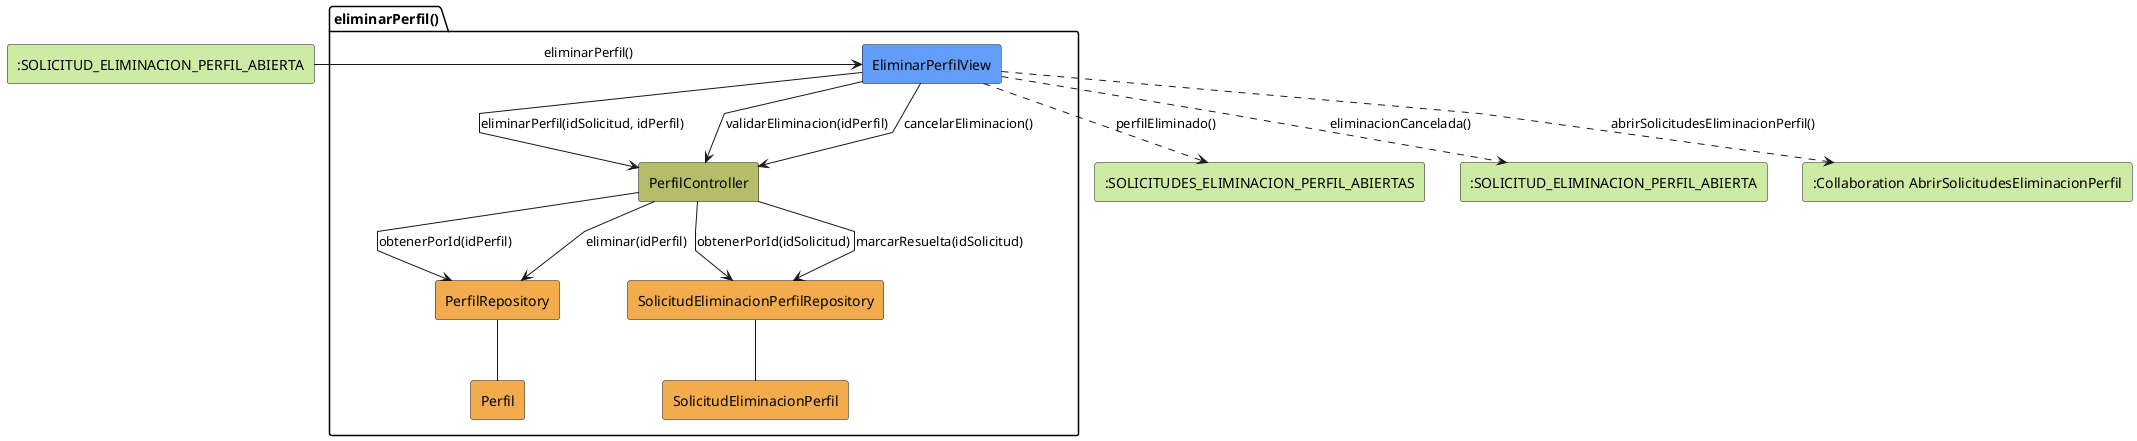
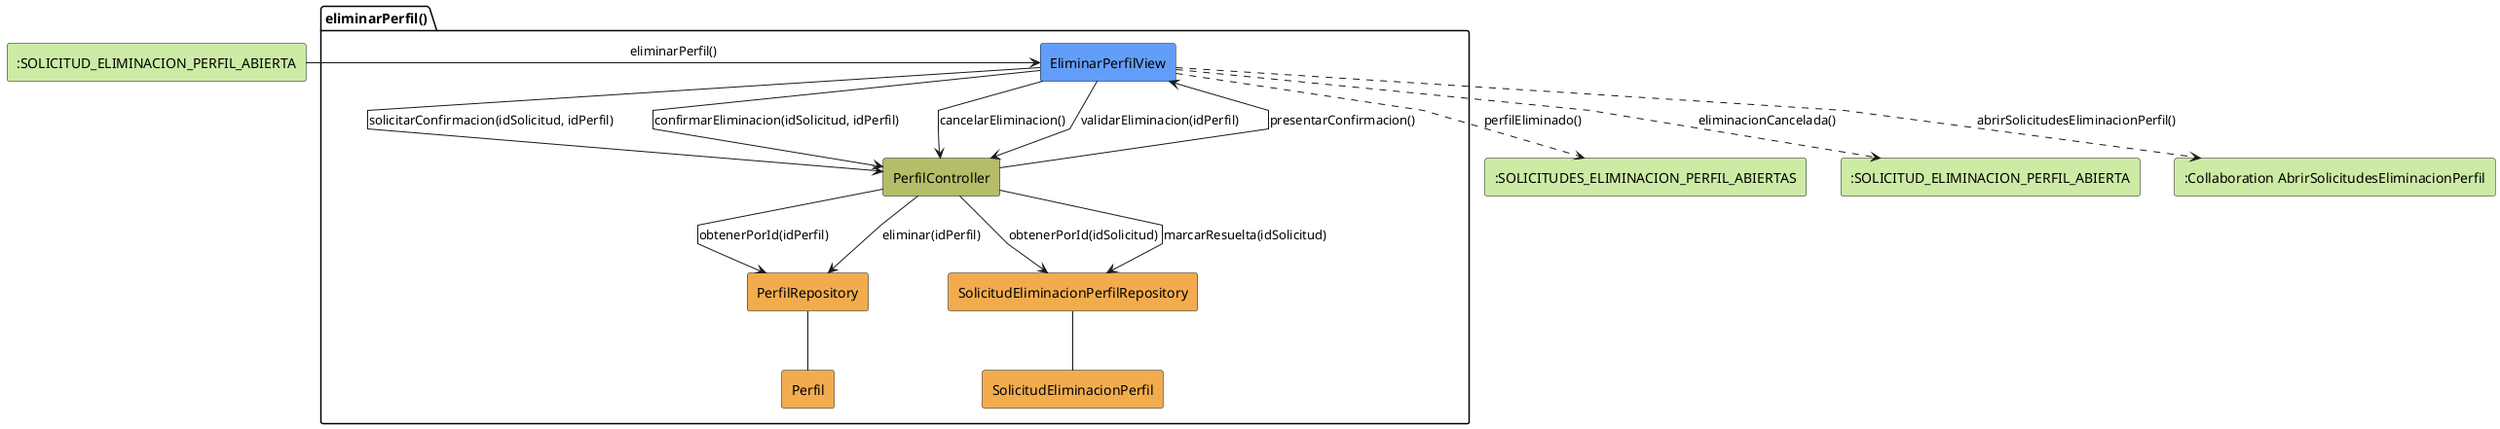
@startuml eliminarPerfil-analisis
skinparam linetype polyline

rectangle #CDEBA5 ":SOLICITUD_ELIMINACION_PERFIL_ABIERTA" as EstadoEntrada
package eliminarPerfil as "eliminarPerfil()" {
    rectangle #629EF9 EliminarPerfilView
    rectangle #b5bd68 PerfilController
    rectangle #F2AC4E PerfilRepository
    rectangle #F2AC4E Perfil
    rectangle #F2AC4E SolicitudEliminacionPerfilRepository
    rectangle #F2AC4E SolicitudEliminacionPerfil
}

rectangle #CDEBA5 ":SOLICITUDES_ELIMINACION_PERFIL_ABIERTAS" as EstadoSalidaExitosa
rectangle #CDEBA5 ":SOLICITUD_ELIMINACION_PERFIL_ABIERTA" as EstadoSalidaCancelada
rectangle #CDEBA5 ":Collaboration AbrirSolicitudesEliminacionPerfil" as AbrirSolicitudesEliminacionPerfil

EstadoEntrada -r-> EliminarPerfilView: eliminarPerfil()

- EliminarPerfilView -d-> PerfilController: eliminarPerfil(idSolicitud, idPerfil)
+ EliminarPerfilView -d-> PerfilController: solicitarConfirmacion(idSolicitud, idPerfil)
+ PerfilController --> EliminarPerfilView: presentarConfirmacion()
+ EliminarPerfilView --> PerfilController: confirmarEliminacion(idSolicitud, idPerfil)
+ EliminarPerfilView --> PerfilController: cancelarEliminacion()
EliminarPerfilView --> PerfilController: validarEliminacion(idPerfil)
- EliminarPerfilView --> PerfilController: cancelarEliminacion()
PerfilController --> SolicitudEliminacionPerfilRepository: obtenerPorId(idSolicitud)
PerfilController --> PerfilRepository: obtenerPorId(idPerfil)
PerfilController --> PerfilRepository: eliminar(idPerfil)
PerfilController --> SolicitudEliminacionPerfilRepository: marcarResuelta(idSolicitud)
PerfilRepository -- Perfil
SolicitudEliminacionPerfilRepository -- SolicitudEliminacionPerfil
EliminarPerfilView ..> EstadoSalidaExitosa: perfilEliminado()
EliminarPerfilView ..> EstadoSalidaCancelada: eliminacionCancelada()
EliminarPerfilView ..> AbrirSolicitudesEliminacionPerfil: abrirSolicitudesEliminacionPerfil()

@enduml
